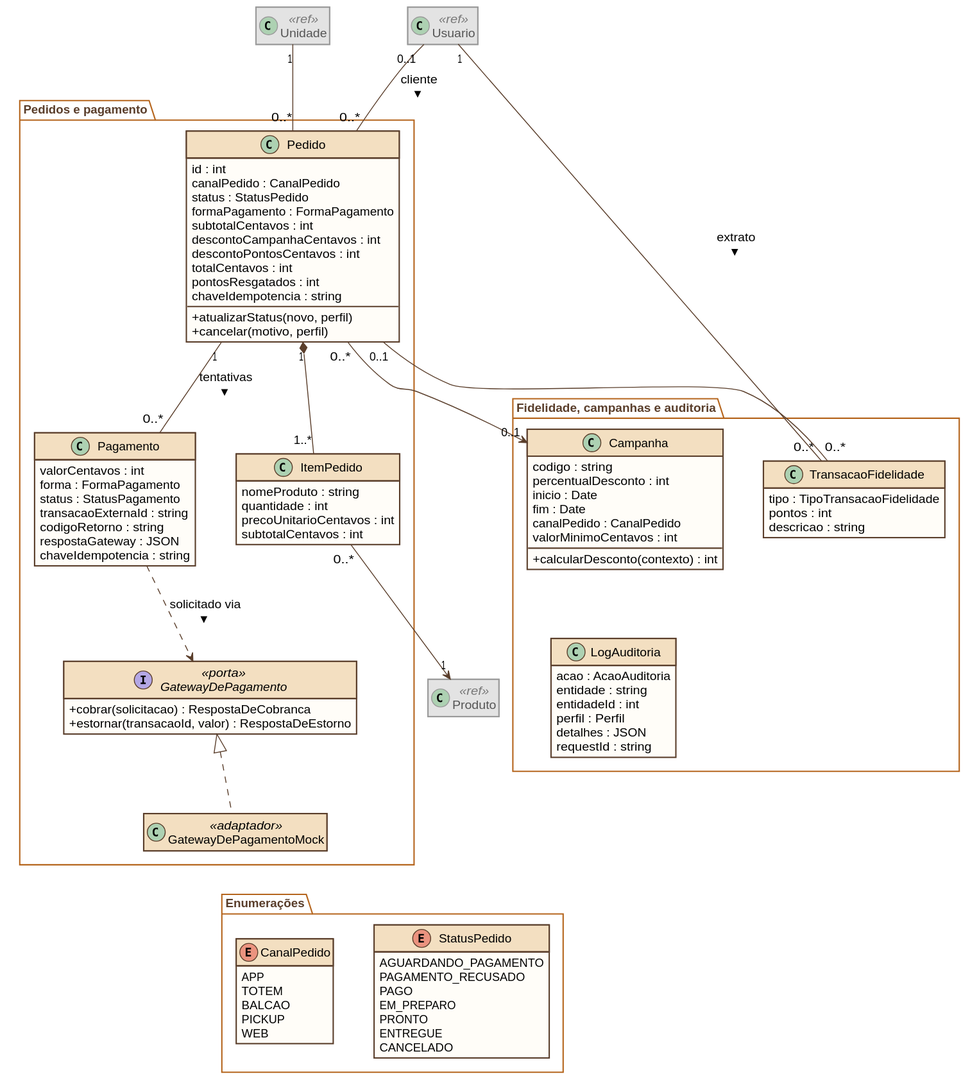
This is docs/diagramas/03b-classes-pedidos-pagamento.svg from alves-jp/raizes-do-nordeste-api, a PlantUML export, as it was before one commit. The source it was exported from:
```plantuml
@startuml 03b-classes-pedidos-pagamento
skinparam shadowing false
skinparam defaultFontName Arial
skinparam defaultFontSize 13
skinparam classAttributeIconSize 0
skinparam nodesep 45
skinparam ranksep 60
skinparam class {
  BackgroundColor #FFFDF8
  BorderColor #5A3E2B
  ArrowColor #5A3E2B
  HeaderBackgroundColor #F3DFC1
  BackgroundColor<<ref>> #F2F2F2
  BorderColor<<ref>> #9A9A9A
  HeaderBackgroundColor<<ref>> #E3E3E3
  FontColor<<ref>> #555555
  StereotypeFontColor<<ref>> #777777
}
skinparam package {
  BorderColor #B5651D
  FontColor #5A3E2B
}
hide empty members

class Unidade <<ref>>
class Usuario <<ref>>
class Produto <<ref>>

package "Pedidos e pagamento" {
  class Pedido {
    id : int
    canalPedido : CanalPedido
    status : StatusPedido
    formaPagamento : FormaPagamento
    subtotalCentavos : int
    descontoCampanhaCentavos : int
    descontoPontosCentavos : int
    totalCentavos : int
    pontosResgatados : int
    chaveIdempotencia : string
    + atualizarStatus(novo, perfil)
    + cancelar(motivo, perfil)
  }
  class ItemPedido {
    nomeProduto : string
    quantidade : int
    precoUnitarioCentavos : int
    subtotalCentavos : int
  }
  class Pagamento {
    valorCentavos : int
    forma : FormaPagamento
    status : StatusPagamento
    transacaoExternaId : string
    codigoRetorno : string
    respostaGateway : JSON
    chaveIdempotencia : string
  }
  interface GatewayDePagamento <<porta>> {
    + cobrar(solicitacao) : RespostaDeCobranca
    + estornar(transacaoId, valor) : RespostaDeEstorno
  }
  class GatewayDePagamentoMock <<adaptador>>
}

package "Enumerações" {
  enum CanalPedido {
    APP
    TOTEM
    BALCAO
    PICKUP
    WEB
  }
  enum StatusPedido {
    AGUARDANDO_PAGAMENTO
    PAGAMENTO_RECUSADO
    PAGO
    EM_PREPARO
    PRONTO
    ENTREGUE
    CANCELADO
  }
}

package "Fidelidade, campanhas e auditoria" {
  class TransacaoFidelidade {
    tipo : TipoTransacaoFidelidade
    pontos : int
    descricao : string
  }
  class Campanha {
    codigo : string
    percentualDesconto : int
    inicio : Date
    fim : Date
    canalPedido : CanalPedido
    valorMinimoCentavos : int
    + calcularDesconto(contexto) : int
  }
  class LogAuditoria {
    acao : AcaoAuditoria
    entidade : string
    entidadeId : int
    perfil : Perfil
    detalhes : JSON
    requestId : string
  }
}

Unidade "1" -- "0..*" Pedido
Usuario "0..1" -- "0..*" Pedido : cliente >
Pedido "1" *-- "1..*" ItemPedido
ItemPedido "0..*" --> "1" Produto
Pedido "1" -- "0..*" Pagamento : tentativas >
Pagamento ..> GatewayDePagamento : solicitado via >
GatewayDePagamento <|.. GatewayDePagamentoMock
Pedido "0..*" --> "0..1" Campanha
Usuario "1" -- "0..*" TransacaoFidelidade : extrato >
Pedido "0..1" -- "0..*" TransacaoFidelidade

Campanha -[hidden]down- LogAuditoria
GatewayDePagamentoMock -[hidden]down- CanalPedido
LogAuditoria -[hidden]down- StatusPedido
@enduml
```
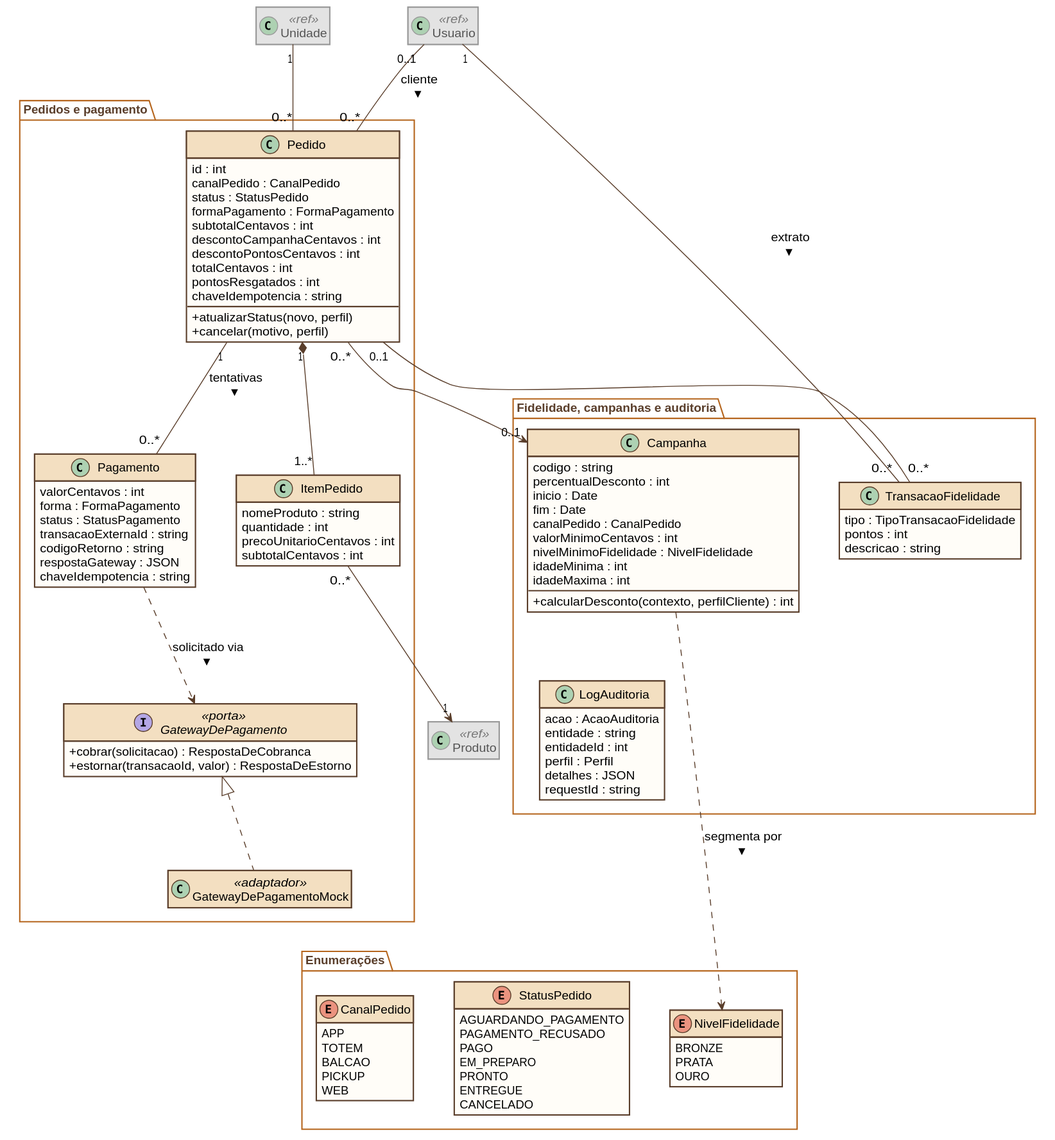
After the commit.

Diff of the diagram source:
```diff
@@ -71,6 +71,11 @@
     PICKUP
     WEB
   }
+  enum NivelFidelidade {
+    BRONZE
+    PRATA
+    OURO
+  }
   enum StatusPedido {
     AGUARDANDO_PAGAMENTO
     PAGAMENTO_RECUSADO
@@ -95,7 +100,10 @@
     fim : Date
     canalPedido : CanalPedido
     valorMinimoCentavos : int
-    + calcularDesconto(contexto) : int
+    nivelMinimoFidelidade : NivelFidelidade
+    idadeMinima : int
+    idadeMaxima : int
+    + calcularDesconto(contexto, perfilCliente) : int
   }
   class LogAuditoria {
     acao : AcaoAuditoria
@@ -113,6 +121,7 @@
 ItemPedido "0..*" --> "1" Produto
 Pedido "1" -- "0..*" Pagamento : tentativas >
 Pagamento ..> GatewayDePagamento : solicitado via >
+Campanha ..> NivelFidelidade : segmenta por >
 GatewayDePagamento <|.. GatewayDePagamentoMock
 Pedido "0..*" --> "0..1" Campanha
 Usuario "1" -- "0..*" TransacaoFidelidade : extrato >
```
